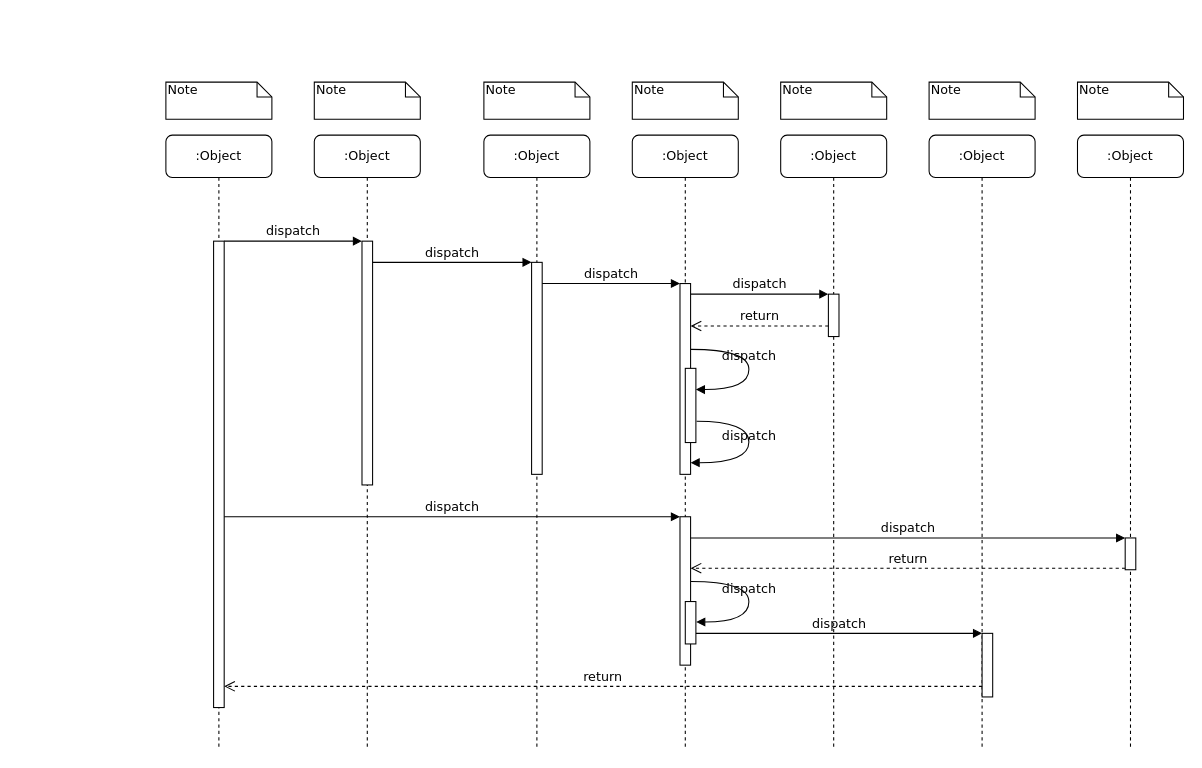
Before: docs/Contributions/Ion/Phase 4/Sequence-diagrams-v0.1-Options.drawio in Ibournakas/PaPapp, a draw.io diagram. Source tidied: cells renumbered, new cells numbered last; positions are measured from the earlier drawing's top-left corner, leaving out a move shared by most shapes. Both pictures are drawn from the tidied source at 106%, with x=0, y=0 at pixel (165, 82).
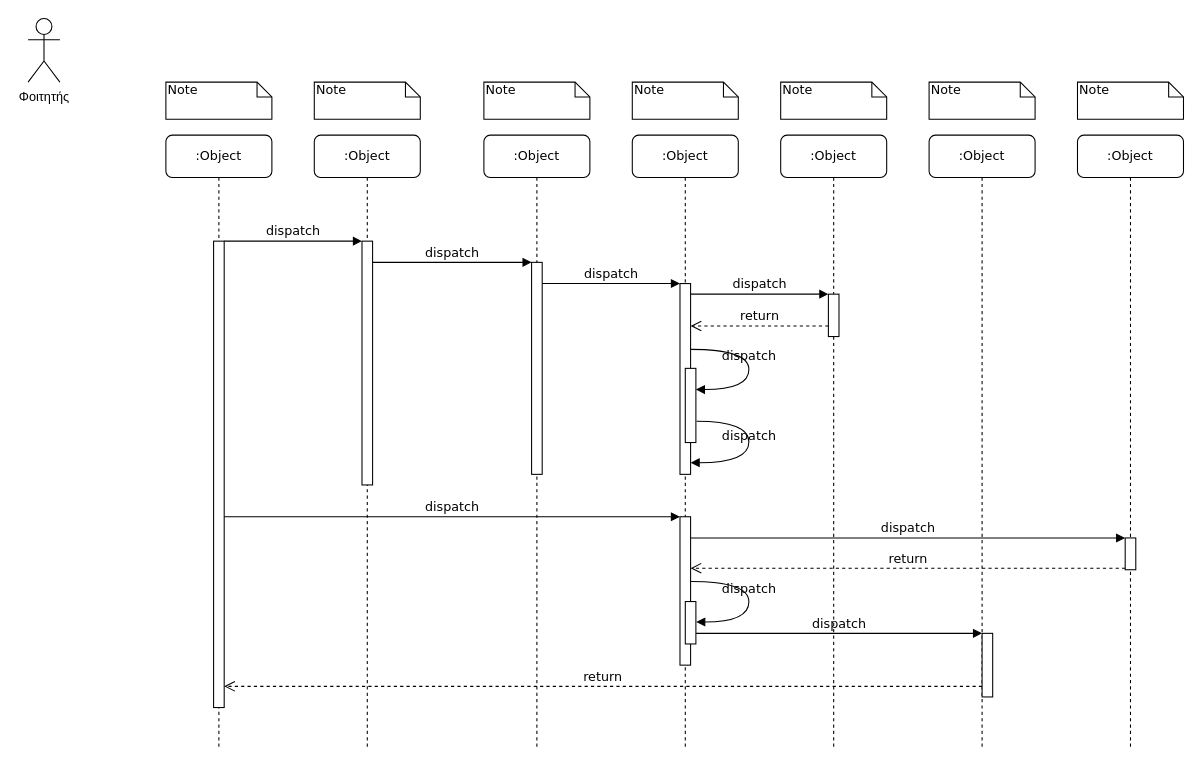
The same page after the edit.

The edit, as a diff of the source:
```diff
@@
+    <mxCell id="39" value="Φοιτητής&lt;br&gt;" style="shape=umlActor;verticalLabelPosition=bottom;verticalAlign=top;html=1;" parent="1" vertex="1">
+      <mxGeometry x="-130" y="-60" width="30" height="60" as="geometry" />
+    </mxCell>
```
